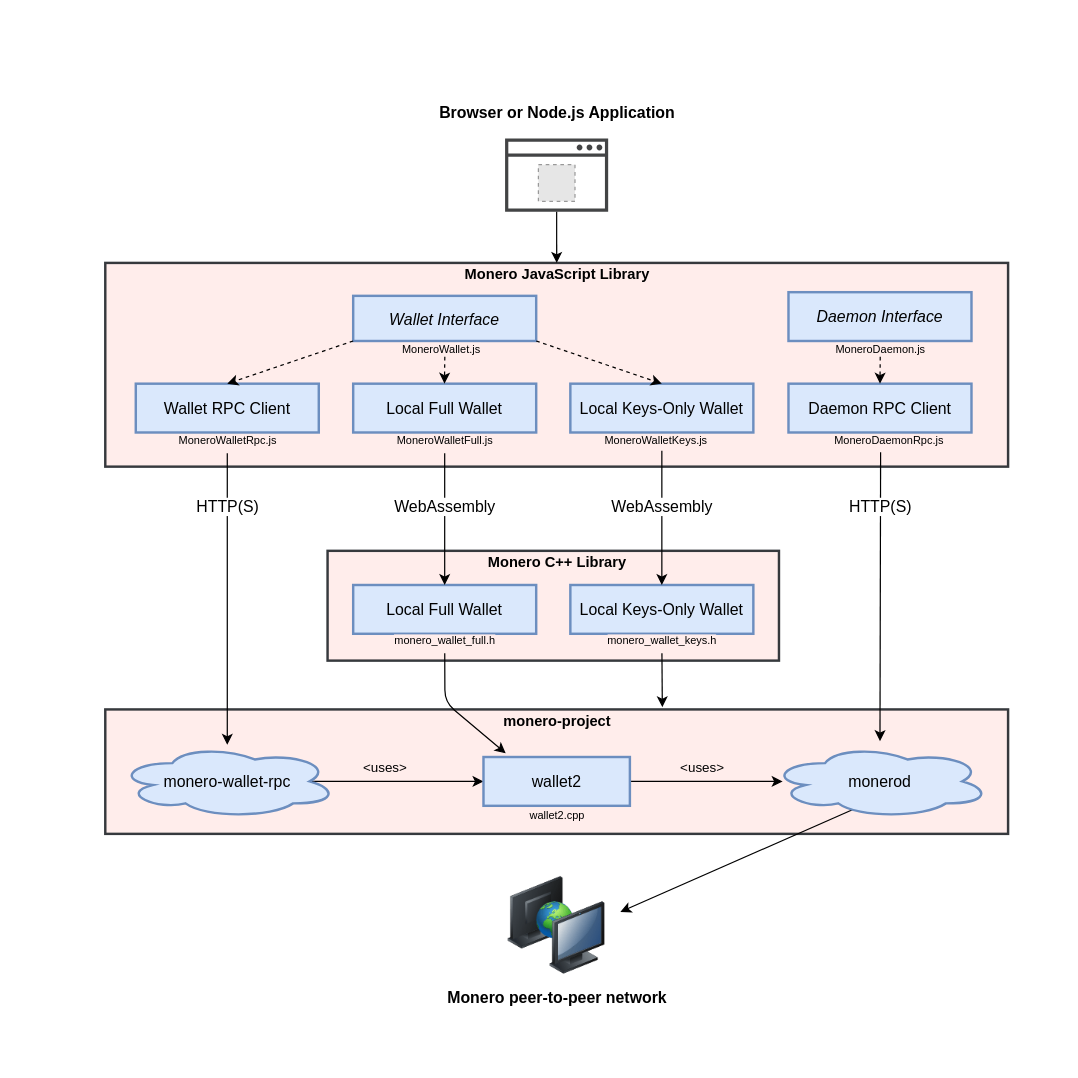
Above: docs/img/architecture.drawio in woodser/monero-ts (draw.io), before the change. Source tidied: cells renumbered, new cells numbered last; positions are measured from the earlier drawing's top-left corner, leaving out a move shared by most shapes. Both pictures are drawn from the tidied source at 122%, with x=0, y=0 at pixel (74, 100). Pictures stored in the file or linked from it are replaced by grey dashed boxes.
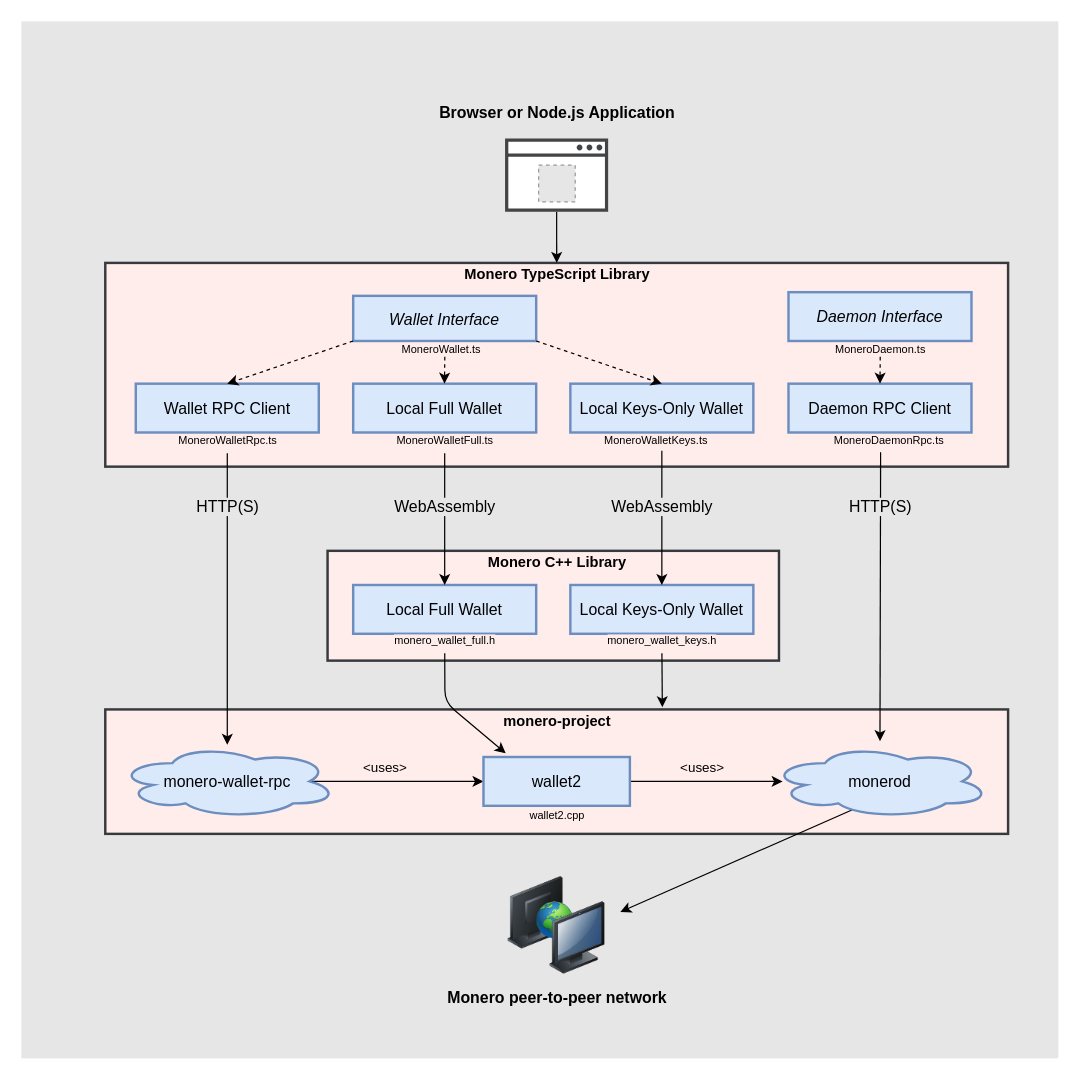
Above is the later version.

Diff of the diagram source:
```diff
@@
-<mxGraphModel>
+<mxGraphModel background="#ffffff">
@@
+    <mxCell id="55" style="whiteSpace=wrap;html=1;labelBackgroundColor=#000000;fillColor=#E6E6E6;strokeColor=none;" parent="1" vertex="1">
+      <mxGeometry x="-44" y="-65" width="850" height="850" as="geometry" />
+    </mxCell>
@@
-    <mxCell id="8" value="Monero JavaScript Library" style="text;html=1;align=center;verticalAlign=middle;fillColor=none;strokeColor=none;rounded=0;fontStyle=1;fontFamily=Avenir;" parent="1" vertex="1">
+    <mxCell id="8" value="Monero TypeScript Library" style="text;html=1;align=center;verticalAlign=middle;fillColor=none;strokeColor=none;rounded=0;fontStyle=1;fontFamily=Avenir;" parent="1" vertex="1">
       <mxGeometry x="314.8" y="133" width="160" height="20" as="geometry" />
     </mxCell>
@@
-    <mxCell id="11" style="shadow=0;dashed=0;html=1;strokeColor=none;fillColor=#434445;labelPosition=center;verticalLabelPosition=bottom;verticalAlign=top;align=center;outlineConnect=0;shape=mxgraph.vvd.web_browser;fontFamily=Avenir;" parent="1" vertex="1">
-      <mxGeometry x="352.5" y="31" width="84.5" height="60" as="geometry" />
-    </mxCell>
-    <mxCell id="12" style="rounded=0;whiteSpace=wrap;html=1;strokeColor=#FFFFFF;fontFamily=Avenir;" parent="1" vertex="1">
-      <mxGeometry x="364.8" y="51" width="60" height="33" as="geometry" />
-    </mxCell>
-    <mxCell id="13" style="fillColor=#E6E6E6;strokeColor=#999999;dashed=1;verticalLabelPosition=bottom;labelBackgroundColor=#ffffff;verticalAlign=top;fontFamily=Avenir;" parent="1" vertex="1">
-      <mxGeometry x="379.8" y="52.5" width="30" height="30" as="geometry" />
-    </mxCell>
@@
-    <mxCell id="21" value="HTTP(S)" style="text;html=1;align=center;verticalAlign=middle;fillColor=none;strokeColor=none;rounded=0;labelBackgroundColor=#FFFFFF;fontSize=13;fontFamily=Avenir;" parent="1" vertex="1">
+    <mxCell id="21" value="HTTP(S)" style="text;html=1;align=center;verticalAlign=middle;fillColor=none;strokeColor=none;rounded=0;labelBackgroundColor=#E6E6E6;fontSize=13;fontFamily=Avenir;" parent="1" vertex="1">
       <mxGeometry x="94.8" y="323" width="60" height="20" as="geometry" />
     </mxCell>
@@
-    <mxCell id="23" value="MoneroWalletRpc.js" style="text;html=1;align=center;verticalAlign=middle;points=[];fillColor=none;strokeColor=none;rounded=0;labelBackgroundColor=#FFEDEB;fontSize=9;labelBorderColor=none;fontFamily=Avenir;" parent="1" vertex="1">
+    <mxCell id="23" value="MoneroWalletRpc.ts" style="text;html=1;align=center;verticalAlign=middle;points=[];fillColor=none;strokeColor=none;rounded=0;labelBackgroundColor=#FFEDEB;fontSize=9;labelBorderColor=none;fontFamily=Avenir;" parent="1" vertex="1">
       <mxGeometry x="74.8" y="269" width="100" height="20" as="geometry" />
     </mxCell>
@@
-    <mxCell id="27" value="MoneroWalletFull.js" style="text;html=1;align=center;verticalAlign=middle;points=[];fillColor=none;strokeColor=none;rounded=0;labelBackgroundColor=#FFEDEB;fontSize=9;labelBorderColor=none;fontFamily=Avenir;" parent="1" vertex="1">
+    <mxCell id="27" value="MoneroWalletFull.ts" style="text;html=1;align=center;verticalAlign=middle;points=[];fillColor=none;strokeColor=none;rounded=0;labelBackgroundColor=#FFEDEB;fontSize=9;labelBorderColor=none;fontFamily=Avenir;" parent="1" vertex="1">
       <mxGeometry x="253" y="269" width="100" height="20" as="geometry" />
     </mxCell>
-    <mxCell id="28" value="MoneroWallet.js" style="text;html=1;align=center;verticalAlign=middle;fillColor=none;strokeColor=none;rounded=0;labelBackgroundColor=#FFEDEB;fontSize=9;labelBorderColor=none;fontFamily=Avenir;" parent="1" vertex="1">
+    <mxCell id="28" value="MoneroWallet.ts" style="text;html=1;align=center;verticalAlign=middle;fillColor=none;strokeColor=none;rounded=0;labelBackgroundColor=#FFEDEB;fontSize=9;labelBorderColor=none;fontFamily=Avenir;" parent="1" vertex="1">
       <mxGeometry x="260.2" y="194" width="80" height="20" as="geometry" />
     </mxCell>
@@
-    <mxCell id="31" value="MoneroWalletKeys.js" style="text;html=1;align=center;verticalAlign=middle;fillColor=none;strokeColor=none;rounded=0;labelBackgroundColor=#FFEDEB;fontSize=9;labelBorderColor=none;fontFamily=Avenir;" parent="1" vertex="1">
+    <mxCell id="31" value="MoneroWalletKeys.ts" style="text;html=1;align=center;verticalAlign=middle;fillColor=none;strokeColor=none;rounded=0;labelBackgroundColor=#FFEDEB;fontSize=9;labelBorderColor=none;fontFamily=Avenir;" parent="1" vertex="1">
       <mxGeometry x="426" y="269" width="100" height="20" as="geometry" />
     </mxCell>
-    <mxCell id="32" style="endArrow=classic;html=1;exitX=0.441;exitY=0.957;exitDx=0;exitDy=0;exitPerimeter=0;fontFamily=Avenir;" parent="1" edge="1" source="36">
+    <mxCell id="32" style="endArrow=classic;html=1;exitX=0.441;exitY=0.957;exitDx=0;exitDy=0;exitPerimeter=0;fontFamily=Avenir;labelBorderColor=#FFFFFF;" parent="1" edge="1" source="36">
       <mxGeometry relative="1" as="geometry">
         <mxPoint x="659.8" y="525" as="targetPoint" />
       </mxGeometry>
     </mxCell>
-    <mxCell id="33" value="HTTP(S)" style="text;html=1;align=center;verticalAlign=middle;fillColor=none;strokeColor=none;rounded=0;labelBackgroundColor=#FFFFFF;fontSize=13;fontFamily=Avenir;" parent="1" vertex="1">
+    <mxCell id="33" value="HTTP(S)" style="text;html=1;align=center;verticalAlign=middle;fillColor=none;strokeColor=none;rounded=0;labelBackgroundColor=#E6E6E6;fontSize=13;fontFamily=Avenir;" parent="1" vertex="1">
       <mxGeometry x="629.8" y="323" width="60" height="20" as="geometry" />
     </mxCell>
@@
-    <mxCell id="36" value="MoneroDaemonRpc.js" style="text;html=1;align=center;verticalAlign=middle;points=[];fillColor=none;strokeColor=none;rounded=0;labelBackgroundColor=#FFEDEB;fontSize=9;labelBorderColor=none;fontFamily=Avenir;" parent="1" vertex="1">
+    <mxCell id="36" value="MoneroDaemonRpc.ts" style="text;html=1;align=center;verticalAlign=middle;points=[];fillColor=none;strokeColor=none;rounded=0;labelBackgroundColor=#FFEDEB;fontSize=9;labelBorderColor=none;fontFamily=Avenir;" parent="1" vertex="1">
       <mxGeometry x="611.8" y="269" width="110" height="20" as="geometry" />
     </mxCell>
-    <mxCell id="37" value="MoneroDaemon.js" style="text;html=1;align=center;verticalAlign=middle;fillColor=none;strokeColor=none;rounded=0;labelBackgroundColor=#FFEDEB;fontSize=9;labelBorderColor=none;fontFamily=Avenir;" parent="1" vertex="1">
+    <mxCell id="37" value="MoneroDaemon.ts" style="text;html=1;align=center;verticalAlign=middle;fillColor=none;strokeColor=none;rounded=0;labelBackgroundColor=#FFEDEB;fontSize=9;labelBorderColor=none;fontFamily=Avenir;" parent="1" vertex="1">
       <mxGeometry x="614.8" y="194" width="90" height="20" as="geometry" />
     </mxCell>
@@
-    <mxCell id="44" value="Browser or Node.js Application" style="text;html=1;align=center;verticalAlign=middle;fillColor=none;strokeColor=none;rounded=0;labelBackgroundColor=#FFFFFF;fontSize=13;fontStyle=1;fontFamily=Avenir;" parent="1" vertex="1">
+    <mxCell id="44" value="Browser or Node.js Application" style="text;html=1;align=center;verticalAlign=middle;strokeColor=none;rounded=0;labelBackgroundColor=none;fontSize=13;fontStyle=1;fontFamily=Avenir;fillColor=#E6E6E6;" parent="1" vertex="1">
       <mxGeometry x="290" width="210" height="20" as="geometry" />
     </mxCell>
-    <mxCell id="45" value="Monero peer-to-peer network" style="text;html=1;align=center;verticalAlign=middle;fillColor=none;strokeColor=none;rounded=0;labelBackgroundColor=#FFFFFF;fontSize=13;fontStyle=1;fontFamily=Avenir;" parent="1" vertex="1">
+    <mxCell id="45" value="Monero peer-to-peer network" style="text;html=1;align=center;verticalAlign=middle;strokeColor=none;rounded=0;labelBackgroundColor=none;fontSize=13;fontStyle=1;fontFamily=Avenir;fillColor=#E6E6E6;" parent="1" vertex="1">
       <mxGeometry x="295" y="725" width="200" height="20" as="geometry" />
     </mxCell>
@@
-    <mxCell id="51" value="WebAssembly" style="text;html=1;align=center;verticalAlign=middle;fillColor=none;strokeColor=none;rounded=0;labelBackgroundColor=#FFFFFF;fontSize=13;fontFamily=Avenir;" parent="1" vertex="1">
+    <mxCell id="51" value="WebAssembly" style="text;html=1;align=center;verticalAlign=middle;fillColor=none;strokeColor=none;rounded=0;labelBackgroundColor=#E6E6E6;fontSize=13;fontFamily=Avenir;" parent="1" vertex="1">
       <mxGeometry x="253" y="323" width="100" height="20" as="geometry" />
     </mxCell>
-    <mxCell id="52" value="WebAssembly" style="text;html=1;align=center;verticalAlign=middle;fillColor=none;strokeColor=none;rounded=0;labelBackgroundColor=#FFFFFF;fontSize=13;fontFamily=Avenir;" parent="1" vertex="1">
+    <mxCell id="52" value="WebAssembly" style="text;html=1;align=center;verticalAlign=middle;fillColor=none;strokeColor=none;rounded=0;labelBackgroundColor=#E6E6E6;fontSize=13;fontFamily=Avenir;" parent="1" vertex="1">
       <mxGeometry x="431" y="323" width="100" height="20" as="geometry" />
     </mxCell>
@@
+    <mxCell id="12" style="rounded=0;whiteSpace=wrap;html=1;fontFamily=Avenir;labelBackgroundColor=none;strokeColor=none;fillColor=#FFFFFF;" parent="1" vertex="1">
+      <mxGeometry x="354.8" y="33" width="82.2" height="56" as="geometry" />
+    </mxCell>
+    <mxCell id="11" style="shadow=0;dashed=0;html=1;strokeColor=none;fillColor=#434445;labelPosition=center;verticalLabelPosition=bottom;verticalAlign=top;align=center;outlineConnect=0;shape=mxgraph.vvd.web_browser;fontFamily=Avenir;" parent="1" vertex="1">
+      <mxGeometry x="352.5" y="31" width="84.5" height="60" as="geometry" />
+    </mxCell>
+    <mxCell id="56" style="ellipse;whiteSpace=wrap;html=1;labelBackgroundColor=none;strokeColor=none;fillColor=#FFFFFF;" parent="1" vertex="1">
+      <mxGeometry x="379" y="51.9" width="32" height="32" as="geometry" />
+    </mxCell>
+    <mxCell id="13" style="fillColor=#E6E6E6;strokeColor=#999999;dashed=1;verticalLabelPosition=bottom;labelBackgroundColor=#ffffff;verticalAlign=top;fontFamily=Avenir;" parent="1" vertex="1">
+      <mxGeometry x="380" y="52.9" width="30" height="30" as="geometry" />
+    </mxCell>
```
